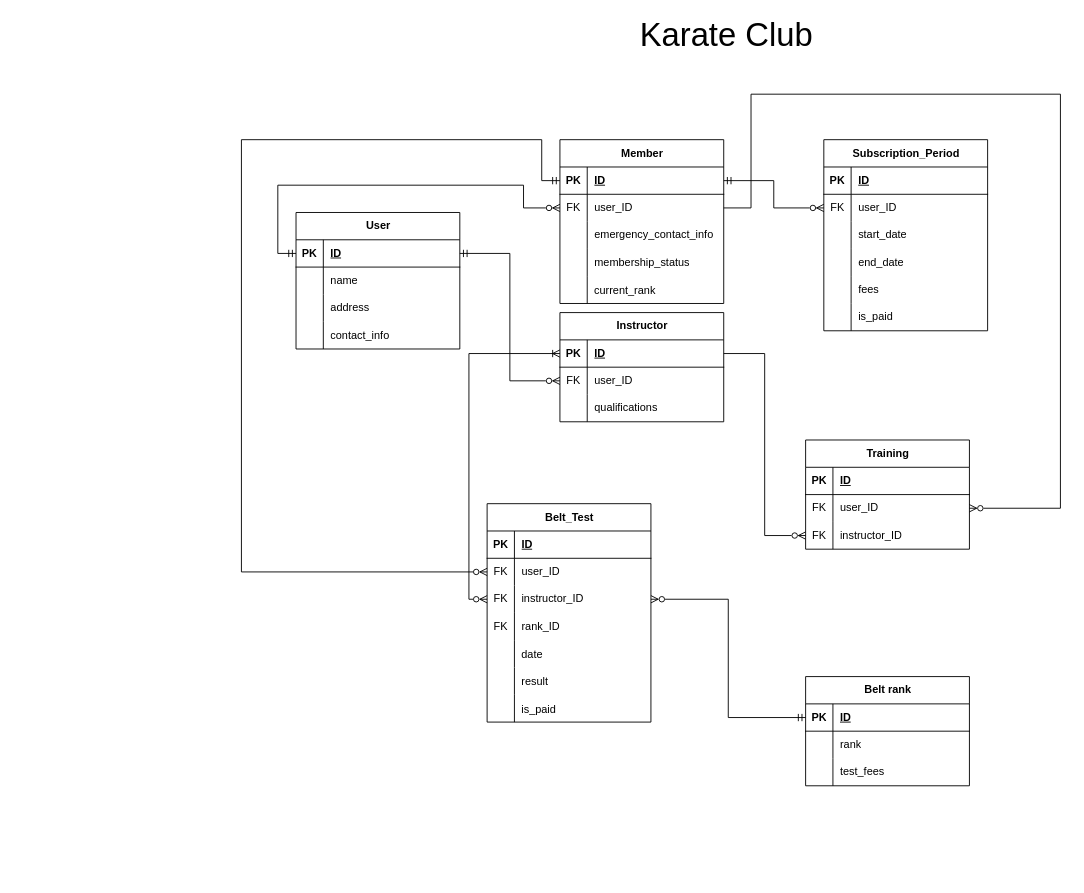
Earlier version of the draw.io diagram Karate Club.drawio (Dawood-Al-kharazy/database-design). Source tidied: cells renumbered, new cells numbered last; positions are measured from the earlier drawing's top-left corner, leaving out a move shared by most shapes. Both pictures are drawn from the tidied source at 91%, with x=0, y=0 at pixel (241, 21).
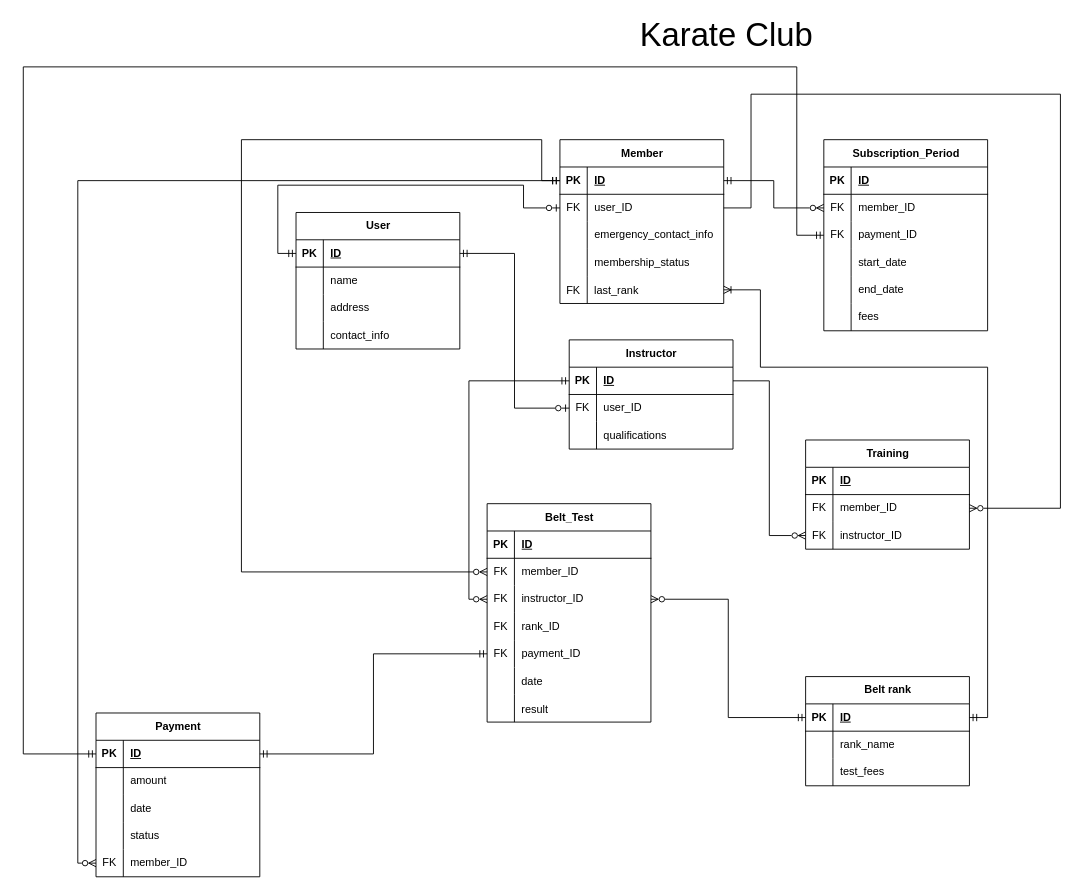
Above is the later version.

The change refers to these unchanged cells:
```xml
<mxCell id="4" style="shape=tableRow;horizontal=0;startSize=0;swimlaneHead=0;swimlaneBody=0;fillColor=none;points=[[0,0.5],[1,0.5]];portConstraint=eastwest;top=0;left=0;right=0;bottom=1;" parent="3" vertex="1">
  <mxGeometry y="30" width="180" height="30" as="geometry" />
</mxCell>
<mxCell id="7" style="shape=tableRow;horizontal=0;startSize=0;swimlaneHead=0;swimlaneBody=0;fillColor=none;points=[[0,0.5],[1,0.5]];portConstraint=eastwest;top=0;left=0;right=0;bottom=0;" parent="3" vertex="1">
  <mxGeometry y="60" width="180" height="30" as="geometry" />
</mxCell>
<mxCell id="16" style="shape=tableRow;horizontal=0;startSize=0;swimlaneHead=0;swimlaneBody=0;fillColor=none;points=[[0,0.5],[1,0.5]];portConstraint=eastwest;top=0;left=0;right=0;bottom=0;" parent="3" vertex="1">
  <mxGeometry y="150" width="180" height="30" as="geometry" />
</mxCell>
<mxCell id="19" value="Subscription_Period" style="shape=table;startSize=30;childLayout=tableLayout;rowLines=0;fontStyle=1;align=center;html=1;" parent="1" vertex="1">
  <mxGeometry x="639.8" y="130" width="180" height="210" as="geometry" />
</mxCell>
<mxCell id="23" style="shape=tableRow;horizontal=0;startSize=0;swimlaneHead=0;swimlaneBody=0;fillColor=none;points=[[0,0.5],[1,0.5]];portConstraint=eastwest;top=0;left=0;right=0;bottom=0;" parent="19" vertex="1">
  <mxGeometry y="60" width="180" height="30" as="geometry" />
</mxCell>
<mxCell id="40" style="shape=tableRow;horizontal=0;startSize=0;swimlaneHead=0;swimlaneBody=0;fillColor=none;points=[[0,0.5],[1,0.5]];portConstraint=eastwest;top=0;left=0;right=0;bottom=1;" parent="39" vertex="1">
  <mxGeometry y="30" width="180" height="30" as="geometry" />
</mxCell>
<mxCell id="43" style="shape=tableRow;horizontal=0;startSize=0;swimlaneHead=0;swimlaneBody=0;fillColor=none;points=[[0,0.5],[1,0.5]];portConstraint=eastwest;top=0;left=0;right=0;bottom=0;" parent="39" vertex="1">
  <mxGeometry y="60" width="180" height="30" as="geometry" />
</mxCell>
<mxCell id="50" style="shape=tableRow;horizontal=0;startSize=0;swimlaneHead=0;swimlaneBody=0;fillColor=none;points=[[0,0.5],[1,0.5]];portConstraint=eastwest;top=0;left=0;right=0;bottom=1;" parent="49" vertex="1">
  <mxGeometry y="30" width="180" height="30" as="geometry" />
</mxCell>
<mxCell id="68" style="shape=tableRow;horizontal=0;startSize=0;swimlaneHead=0;swimlaneBody=0;fillColor=none;points=[[0,0.5],[1,0.5]];portConstraint=eastwest;top=0;left=0;right=0;bottom=0;" parent="64" vertex="1">
  <mxGeometry y="60" width="180" height="30" as="geometry" />
</mxCell>
<mxCell id="76" value="Belt_Test" style="shape=table;startSize=30;childLayout=tableLayout;rowLines=0;fontStyle=1;align=center;html=1;" parent="1" vertex="1">
  <mxGeometry x="269.8" y="530" width="180" height="240" as="geometry" />
</mxCell>
<mxCell id="80" style="shape=tableRow;horizontal=0;startSize=0;swimlaneHead=0;swimlaneBody=0;fillColor=none;points=[[0,0.5],[1,0.5]];portConstraint=eastwest;top=0;left=0;right=0;bottom=0;" parent="76" vertex="1">
  <mxGeometry y="60" width="180" height="30" as="geometry" />
</mxCell>
<mxCell id="83" style="shape=tableRow;horizontal=0;startSize=0;swimlaneHead=0;swimlaneBody=0;fillColor=none;points=[[0,0.5],[1,0.5]];portConstraint=eastwest;top=0;left=0;right=0;bottom=0;" parent="76" vertex="1">
  <mxGeometry y="90" width="180" height="30" as="geometry" />
</mxCell>
<mxCell id="99" style="shape=tableRow;horizontal=0;startSize=0;swimlaneHead=0;swimlaneBody=0;fillColor=none;points=[[0,0.5],[1,0.5]];portConstraint=eastwest;top=0;left=0;right=0;bottom=1;" parent="98" vertex="1">
  <mxGeometry y="30" width="180" height="30" as="geometry" />
</mxCell>
<mxCell id="102" style="shape=tableRow;horizontal=0;startSize=0;swimlaneHead=0;swimlaneBody=0;fillColor=none;top=0;left=0;right=0;bottom=0;" parent="98" vertex="1">
  <mxGeometry y="60" width="180" height="30" as="geometry" />
</mxCell>
```

Diff of the diagram source:
```diff
@@
-    <mxCell id="17" style="shape=partialRectangle;fillColor=none;top=0;left=0;bottom=0;right=0;overflow=hidden;" parent="16" vertex="1">
+    <mxCell id="17" value="FK" style="shape=partialRectangle;fillColor=none;top=0;left=0;bottom=0;right=0;overflow=hidden;" parent="16" vertex="1">
       <mxGeometry width="30" height="30" as="geometry" />
     </mxCell>
-    <mxCell id="18" value="current_rank" style="shape=partialRectangle;fillColor=none;top=0;left=0;bottom=0;right=0;align=left;spacingLeft=6;overflow=hidden;" parent="16" vertex="1">
+    <mxCell id="18" value="last_rank" style="shape=partialRectangle;fillColor=none;top=0;left=0;bottom=0;right=0;align=left;spacingLeft=6;overflow=hidden;" parent="16" vertex="1">
       <mxGeometry x="30" width="150" height="30" as="geometry" />
     </mxCell>
@@
-    <mxCell id="25" value="user_ID" style="shape=partialRectangle;fillColor=none;top=0;left=0;bottom=0;right=0;align=left;spacingLeft=6;fontStyle=0;overflow=hidden;whiteSpace=wrap;html=1;" parent="23" vertex="1">
+    <mxCell id="25" value="member_ID" style="shape=partialRectangle;fillColor=none;top=0;left=0;bottom=0;right=0;align=left;spacingLeft=6;fontStyle=0;overflow=hidden;whiteSpace=wrap;html=1;" parent="23" vertex="1">
       <mxGeometry x="30" width="150" height="30" as="geometry" />
     </mxCell>
+    <mxCell id="111" style="shape=tableRow;horizontal=0;startSize=0;swimlaneHead=0;swimlaneBody=0;fillColor=none;points=[[0,0.5],[1,0.5]];portConstraint=eastwest;top=0;left=0;right=0;bottom=0;" parent="19" vertex="1">
+      <mxGeometry y="90" width="180" height="30" as="geometry" />
+    </mxCell>
+    <mxCell id="112" value="FK" style="shape=partialRectangle;fillColor=none;top=0;left=0;bottom=0;right=0;fontStyle=0;overflow=hidden;whiteSpace=wrap;html=1;" parent="111" vertex="1">
+      <mxGeometry width="30" height="30" as="geometry" />
+    </mxCell>
+    <mxCell id="113" value="payment_ID" style="shape=partialRectangle;fillColor=none;top=0;left=0;bottom=0;right=0;align=left;spacingLeft=6;fontStyle=0;overflow=hidden;whiteSpace=wrap;html=1;" parent="111" vertex="1">
+      <mxGeometry x="30" width="150" height="30" as="geometry" />
+    </mxCell>
     <mxCell id="26" style="shape=tableRow;horizontal=0;startSize=0;swimlaneHead=0;swimlaneBody=0;fillColor=none;top=0;left=0;right=0;bottom=0;" parent="19" vertex="1">
-      <mxGeometry y="90" width="180" height="30" as="geometry" />
+      <mxGeometry y="120" width="180" height="30" as="geometry" />
     </mxCell>
@@
     <mxCell id="29" style="shape=tableRow;horizontal=0;startSize=0;swimlaneHead=0;swimlaneBody=0;fillColor=none;top=0;left=0;right=0;bottom=0;" parent="19" vertex="1">
-      <mxGeometry y="120" width="180" height="30" as="geometry" />
+      <mxGeometry y="150" width="180" height="30" as="geometry" />
     </mxCell>
@@
     <mxCell id="32" style="shape=tableRow;horizontal=0;startSize=0;swimlaneHead=0;swimlaneBody=0;fillColor=none;top=0;left=0;right=0;bottom=0;" parent="19" vertex="1">
-      <mxGeometry y="150" width="180" height="30" as="geometry" />
+      <mxGeometry y="180" width="180" height="30" as="geometry" />
     </mxCell>
@@
-    <mxCell id="35" style="shape=tableRow;horizontal=0;startSize=0;swimlaneHead=0;swimlaneBody=0;fillColor=none;top=0;left=0;right=0;bottom=0;" parent="19" vertex="1">
-      <mxGeometry y="180" width="180" height="30" as="geometry" />
-    </mxCell>
-    <mxCell id="36" style="shape=partialRectangle;fillColor=none;top=0;left=0;bottom=0;right=0;overflow=hidden;whiteSpace=wrap;html=1;" parent="35" vertex="1">
-      <mxGeometry width="30" height="30" as="geometry" />
-    </mxCell>
-    <mxCell id="37" value="is_paid" style="shape=partialRectangle;fillColor=none;top=0;left=0;bottom=0;right=0;align=left;spacingLeft=6;overflow=hidden;whiteSpace=wrap;html=1;" parent="35" vertex="1">
-      <mxGeometry x="30" width="150" height="30" as="geometry" />
-    </mxCell>
@@
     <mxCell id="39" value="Instructor" style="shape=table;startSize=30;childLayout=tableLayout;rowLines=0;fontStyle=1;align=center;html=1;" parent="1" vertex="1">
-      <mxGeometry x="349.8" y="320" width="180" height="120" as="geometry" />
+      <mxGeometry x="360" y="350" width="180" height="120" as="geometry" />
     </mxCell>
@@
-    <mxCell id="62" style="edgeStyle=orthogonalEdgeStyle;rounded=0;jettySize=auto;html=1;exitX=0;exitY=0.5;exitDx=0;exitDy=0;entryX=0;entryY=0.5;entryDx=0;entryDy=0;endArrow=ERmandOne;endFill=0;startArrow=ERzeroToMany;startFill=0;" parent="1" edge="1" source="7" target="50">
+    <mxCell id="62" style="edgeStyle=orthogonalEdgeStyle;rounded=0;jettySize=auto;html=1;exitX=0;exitY=0.5;exitDx=0;exitDy=0;entryX=0;entryY=0.5;entryDx=0;entryDy=0;endArrow=ERmandOne;endFill=0;startArrow=ERzeroToOne;startFill=0;" parent="1" edge="1" source="7" target="50">
       <mxGeometry relative="1" as="geometry">
         <Array as="points">
           <mxPoint x="309.8" y="205" />
           <mxPoint x="309.8" y="180" />
           <mxPoint x="39.8" y="180" />
           <mxPoint x="39.8" y="255" />
         </Array>
       </mxGeometry>
     </mxCell>
-    <mxCell id="63" style="edgeStyle=orthogonalEdgeStyle;rounded=0;jettySize=auto;html=1;exitX=0;exitY=0.5;exitDx=0;exitDy=0;entryX=1;entryY=0.5;entryDx=0;entryDy=0;endArrow=ERmandOne;endFill=0;startArrow=ERzeroToMany;startFill=0;" parent="1" edge="1" source="43" target="50">
+    <mxCell id="63" style="edgeStyle=orthogonalEdgeStyle;rounded=0;jettySize=auto;html=1;exitX=0;exitY=0.5;exitDx=0;exitDy=0;entryX=1;entryY=0.5;entryDx=0;entryDy=0;endArrow=ERmandOne;endFill=0;startArrow=ERzeroToOne;startFill=0;" parent="1" edge="1" source="43" target="50">
       <mxGeometry relative="1" as="geometry" />
     </mxCell>
@@
-    <mxCell id="70" value="user_ID" style="shape=partialRectangle;fillColor=none;top=0;left=0;bottom=0;right=0;align=left;spacingLeft=6;fontStyle=0;overflow=hidden;whiteSpace=wrap;html=1;" parent="68" vertex="1">
+    <mxCell id="70" value="member_ID" style="shape=partialRectangle;fillColor=none;top=0;left=0;bottom=0;right=0;align=left;spacingLeft=6;fontStyle=0;overflow=hidden;whiteSpace=wrap;html=1;" parent="68" vertex="1">
       <mxGeometry x="30" width="150" height="30" as="geometry" />
     </mxCell>
@@
-    <mxCell id="82" value="user_ID" style="shape=partialRectangle;fillColor=none;top=0;left=0;bottom=0;right=0;align=left;spacingLeft=6;fontStyle=0;overflow=hidden;whiteSpace=wrap;html=1;" parent="80" vertex="1">
+    <mxCell id="82" value="member_ID" style="shape=partialRectangle;fillColor=none;top=0;left=0;bottom=0;right=0;align=left;spacingLeft=6;fontStyle=0;overflow=hidden;whiteSpace=wrap;html=1;" parent="80" vertex="1">
       <mxGeometry x="30" width="150" height="30" as="geometry" />
     </mxCell>
@@
+    <mxCell id="114" style="shape=tableRow;horizontal=0;startSize=0;swimlaneHead=0;swimlaneBody=0;fillColor=none;points=[[0,0.5],[1,0.5]];portConstraint=eastwest;top=0;left=0;right=0;bottom=0;" parent="76" vertex="1">
+      <mxGeometry y="150" width="180" height="30" as="geometry" />
+    </mxCell>
+    <mxCell id="115" value="FK" style="shape=partialRectangle;fillColor=none;top=0;left=0;bottom=0;right=0;fontStyle=0;overflow=hidden;whiteSpace=wrap;html=1;" parent="114" vertex="1">
+      <mxGeometry width="30" height="30" as="geometry" />
+    </mxCell>
+    <mxCell id="116" value="payment_ID" style="shape=partialRectangle;fillColor=none;top=0;left=0;bottom=0;right=0;align=left;spacingLeft=6;fontStyle=0;overflow=hidden;whiteSpace=wrap;html=1;" parent="114" vertex="1">
+      <mxGeometry x="30" width="150" height="30" as="geometry" />
+    </mxCell>
     <mxCell id="89" style="shape=tableRow;horizontal=0;startSize=0;swimlaneHead=0;swimlaneBody=0;fillColor=none;top=0;left=0;right=0;bottom=0;" parent="76" vertex="1">
-      <mxGeometry y="150" width="180" height="30" as="geometry" />
+      <mxGeometry y="180" width="180" height="30" as="geometry" />
     </mxCell>
@@
     <mxCell id="92" style="shape=tableRow;horizontal=0;startSize=0;swimlaneHead=0;swimlaneBody=0;fillColor=none;top=0;left=0;right=0;bottom=0;" parent="76" vertex="1">
-      <mxGeometry y="180" width="180" height="30" as="geometry" />
+      <mxGeometry y="210" width="180" height="30" as="geometry" />
     </mxCell>
@@
-    <mxCell id="95" style="shape=tableRow;horizontal=0;startSize=0;swimlaneHead=0;swimlaneBody=0;fillColor=none;top=0;left=0;right=0;bottom=0;" parent="76" vertex="1">
-      <mxGeometry y="210" width="180" height="30" as="geometry" />
-    </mxCell>
-    <mxCell id="96" style="shape=partialRectangle;fillColor=none;top=0;left=0;bottom=0;right=0;overflow=hidden;" parent="95" vertex="1">
-      <mxGeometry width="30" height="30" as="geometry" />
-    </mxCell>
-    <mxCell id="97" value="is_paid" style="shape=partialRectangle;fillColor=none;top=0;left=0;bottom=0;right=0;align=left;spacingLeft=6;overflow=hidden;" parent="95" vertex="1">
-      <mxGeometry x="30" width="150" height="30" as="geometry" />
-    </mxCell>
@@
-    <mxCell id="104" value="rank" style="shape=partialRectangle;fillColor=none;top=0;left=0;bottom=0;right=0;align=left;spacingLeft=6;overflow=hidden;whiteSpace=wrap;html=1;" parent="102" vertex="1">
+    <mxCell id="104" value="rank_name" style="shape=partialRectangle;fillColor=none;top=0;left=0;bottom=0;right=0;align=left;spacingLeft=6;overflow=hidden;whiteSpace=wrap;html=1;" parent="102" vertex="1">
       <mxGeometry x="30" width="150" height="30" as="geometry" />
     </mxCell>
@@
-    <mxCell id="109" style="edgeStyle=orthogonalEdgeStyle;rounded=0;jettySize=auto;html=1;exitX=0;exitY=0.5;exitDx=0;exitDy=0;entryX=0;entryY=0.5;entryDx=0;entryDy=0;endArrow=ERzeroToMany;endFill=0;startArrow=ERoneToMany;startFill=0;" parent="1" edge="1" source="40" target="83">
+    <mxCell id="109" style="edgeStyle=orthogonalEdgeStyle;rounded=0;jettySize=auto;html=1;exitX=0;exitY=0.5;exitDx=0;exitDy=0;entryX=0;entryY=0.5;entryDx=0;entryDy=0;endArrow=ERzeroToMany;endFill=0;startArrow=ERmandOne;startFill=0;" parent="1" edge="1" source="40" target="83">
       <mxGeometry relative="1" as="geometry" />
     </mxCell>
@@
+    <mxCell id="117" value="Payment" style="shape=table;startSize=30;childLayout=tableLayout;rowLines=0;fontStyle=1;align=center;html=1;" parent="1" vertex="1">
+      <mxGeometry x="-160" y="760" width="180" height="180" as="geometry" />
+    </mxCell>
+    <mxCell id="118" style="shape=tableRow;horizontal=0;startSize=0;swimlaneHead=0;swimlaneBody=0;fillColor=none;points=[[0,0.5],[1,0.5]];portConstraint=eastwest;top=0;left=0;right=0;bottom=1;" parent="117" vertex="1">
+      <mxGeometry y="30" width="180" height="30" as="geometry" />
+    </mxCell>
+    <mxCell id="119" value="PK" style="shape=partialRectangle;fillColor=none;top=0;left=0;bottom=0;right=0;fontStyle=1;overflow=hidden;whiteSpace=wrap;html=1;" parent="118" vertex="1">
+      <mxGeometry width="30" height="30" as="geometry" />
+    </mxCell>
+    <mxCell id="120" value="ID" style="shape=partialRectangle;fillColor=none;top=0;left=0;bottom=0;right=0;align=left;spacingLeft=6;fontStyle=5;overflow=hidden;whiteSpace=wrap;html=1;" parent="118" vertex="1">
+      <mxGeometry x="30" width="150" height="30" as="geometry" />
+    </mxCell>
+    <mxCell id="121" style="shape=tableRow;horizontal=0;startSize=0;swimlaneHead=0;swimlaneBody=0;fillColor=none;top=0;left=0;right=0;bottom=0;" parent="117" vertex="1">
+      <mxGeometry y="60" width="180" height="30" as="geometry" />
+    </mxCell>
+    <mxCell id="122" style="shape=partialRectangle;fillColor=none;top=0;left=0;bottom=0;right=0;overflow=hidden;whiteSpace=wrap;html=1;" parent="121" vertex="1">
+      <mxGeometry width="30" height="30" as="geometry" />
+    </mxCell>
+    <mxCell id="123" value="amount" style="shape=partialRectangle;fillColor=none;top=0;left=0;bottom=0;right=0;align=left;spacingLeft=6;overflow=hidden;whiteSpace=wrap;html=1;" parent="121" vertex="1">
+      <mxGeometry x="30" width="150" height="30" as="geometry" />
+    </mxCell>
+    <mxCell id="124" style="shape=tableRow;horizontal=0;startSize=0;swimlaneHead=0;swimlaneBody=0;fillColor=none;top=0;left=0;right=0;bottom=0;" parent="117" vertex="1">
+      <mxGeometry y="90" width="180" height="30" as="geometry" />
+    </mxCell>
+    <mxCell id="125" style="shape=partialRectangle;fillColor=none;top=0;left=0;bottom=0;right=0;overflow=hidden;whiteSpace=wrap;html=1;" parent="124" vertex="1">
+      <mxGeometry width="30" height="30" as="geometry" />
+    </mxCell>
+    <mxCell id="126" value="date" style="shape=partialRectangle;fillColor=none;top=0;left=0;bottom=0;right=0;align=left;spacingLeft=6;overflow=hidden;whiteSpace=wrap;html=1;" parent="124" vertex="1">
+      <mxGeometry x="30" width="150" height="30" as="geometry" />
+    </mxCell>
+    <mxCell id="127" style="shape=tableRow;horizontal=0;startSize=0;swimlaneHead=0;swimlaneBody=0;fillColor=none;top=0;left=0;right=0;bottom=0;" parent="117" vertex="1">
+      <mxGeometry y="120" width="180" height="30" as="geometry" />
+    </mxCell>
+    <mxCell id="128" style="shape=partialRectangle;fillColor=none;top=0;left=0;bottom=0;right=0;overflow=hidden;whiteSpace=wrap;html=1;" parent="127" vertex="1">
+      <mxGeometry width="30" height="30" as="geometry" />
+    </mxCell>
+    <mxCell id="129" value="status" style="shape=partialRectangle;fillColor=none;top=0;left=0;bottom=0;right=0;align=left;spacingLeft=6;overflow=hidden;whiteSpace=wrap;html=1;" parent="127" vertex="1">
+      <mxGeometry x="30" width="150" height="30" as="geometry" />
+    </mxCell>
+    <mxCell id="130" style="shape=tableRow;horizontal=0;startSize=0;swimlaneHead=0;swimlaneBody=0;fillColor=none;points=[[0,0.5],[1,0.5]];portConstraint=eastwest;top=0;left=0;right=0;bottom=0;" parent="117" vertex="1">
+      <mxGeometry y="150" width="180" height="30" as="geometry" />
+    </mxCell>
+    <mxCell id="131" value="FK" style="shape=partialRectangle;fillColor=none;top=0;left=0;bottom=0;right=0;fontStyle=0;overflow=hidden;whiteSpace=wrap;html=1;" parent="130" vertex="1">
+      <mxGeometry width="30" height="30" as="geometry" />
+    </mxCell>
+    <mxCell id="132" value="member_ID" style="shape=partialRectangle;fillColor=none;top=0;left=0;bottom=0;right=0;align=left;spacingLeft=6;fontStyle=0;overflow=hidden;whiteSpace=wrap;html=1;" parent="130" vertex="1">
+      <mxGeometry x="30" width="150" height="30" as="geometry" />
+    </mxCell>
+    <mxCell id="133" style="edgeStyle=orthogonalEdgeStyle;rounded=0;jettySize=auto;html=1;exitX=0;exitY=0.5;exitDx=0;exitDy=0;endArrow=ERmandOne;endFill=0;startArrow=ERmandOne;startFill=0;entryX=1;entryY=0.5;entryDx=0;entryDy=0;" parent="1" edge="1" source="114" target="118">
+      <mxGeometry relative="1" as="geometry" />
+    </mxCell>
+    <mxCell id="134" style="edgeStyle=orthogonalEdgeStyle;rounded=0;jettySize=auto;html=1;exitX=0;exitY=0.5;exitDx=0;exitDy=0;entryX=0;entryY=0.5;entryDx=0;entryDy=0;endArrow=ERmandOne;endFill=0;startArrow=ERmandOne;startFill=0;" parent="1" edge="1" source="118" target="111">
+      <mxGeometry relative="1" as="geometry">
+        <Array as="points">
+          <mxPoint x="-239.9" y="805.1" />
+          <mxPoint x="-239.9" y="50" />
+          <mxPoint x="610.1" y="50" />
+          <mxPoint x="610.1" y="235.1" />
+        </Array>
+      </mxGeometry>
+    </mxCell>
+    <mxCell id="135" style="edgeStyle=orthogonalEdgeStyle;rounded=0;jettySize=auto;html=1;exitX=0;exitY=0.5;exitDx=0;exitDy=0;endArrow=ERmandOne;endFill=0;startArrow=ERzeroToMany;startFill=0;" parent="1" edge="1" source="130" target="4">
+      <mxGeometry relative="1" as="geometry" />
+    </mxCell>
+    <mxCell id="136" style="edgeStyle=orthogonalEdgeStyle;rounded=0;jettySize=auto;html=1;exitX=1;exitY=0.5;exitDx=0;exitDy=0;entryX=1;entryY=0.5;entryDx=0;entryDy=0;endArrow=ERmandOne;endFill=0;startArrow=ERoneToMany;startFill=0;" parent="1" edge="1" source="16" target="99">
+      <mxGeometry relative="1" as="geometry">
+        <Array as="points">
+          <mxPoint x="570.1" y="295.1" />
+          <mxPoint x="570.1" y="380" />
+          <mxPoint x="819.8" y="380" />
+          <mxPoint x="819.8" y="765.1" />
+        </Array>
+      </mxGeometry>
+    </mxCell>
```
